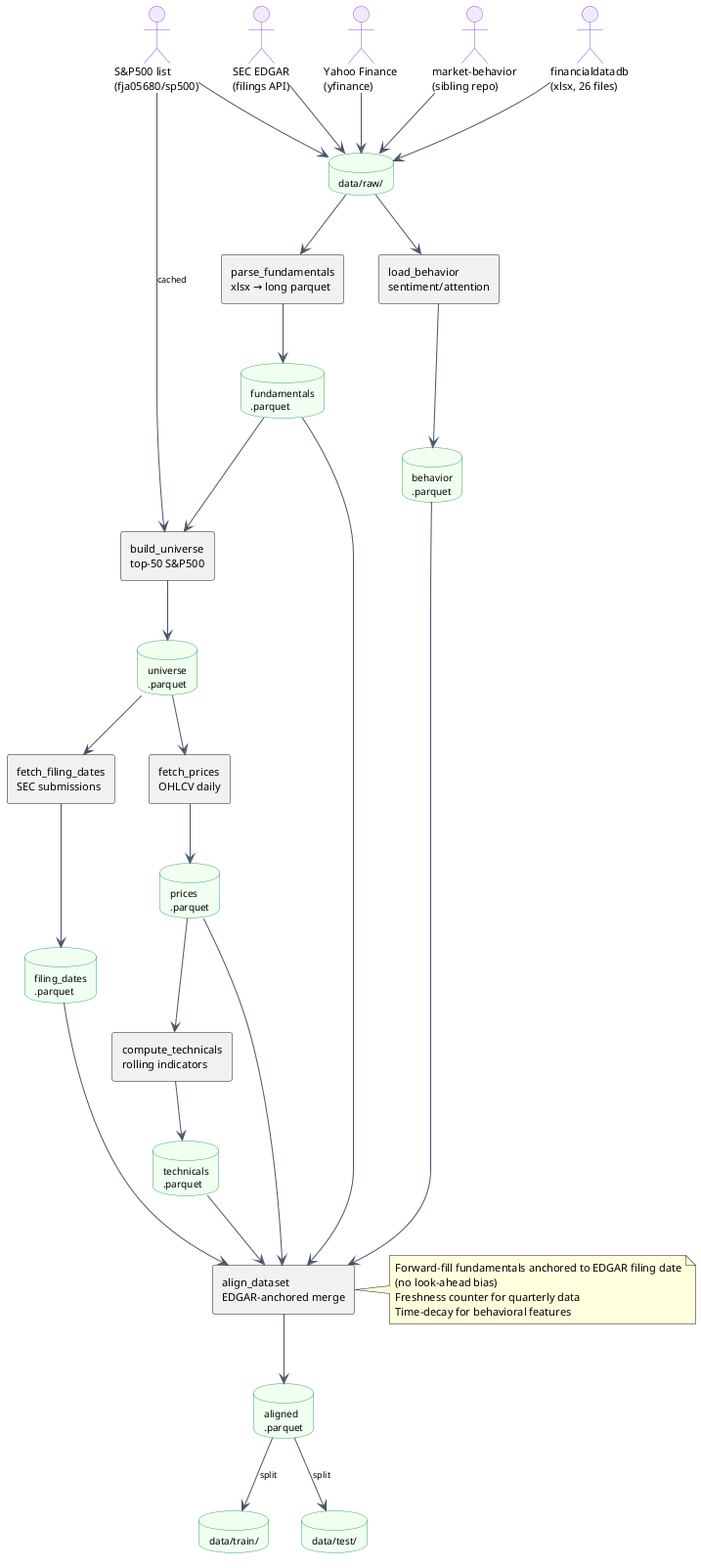
Before: docs/figures/data_flow.png, a diagram exported from PlantUML (life00/factor-weaver).
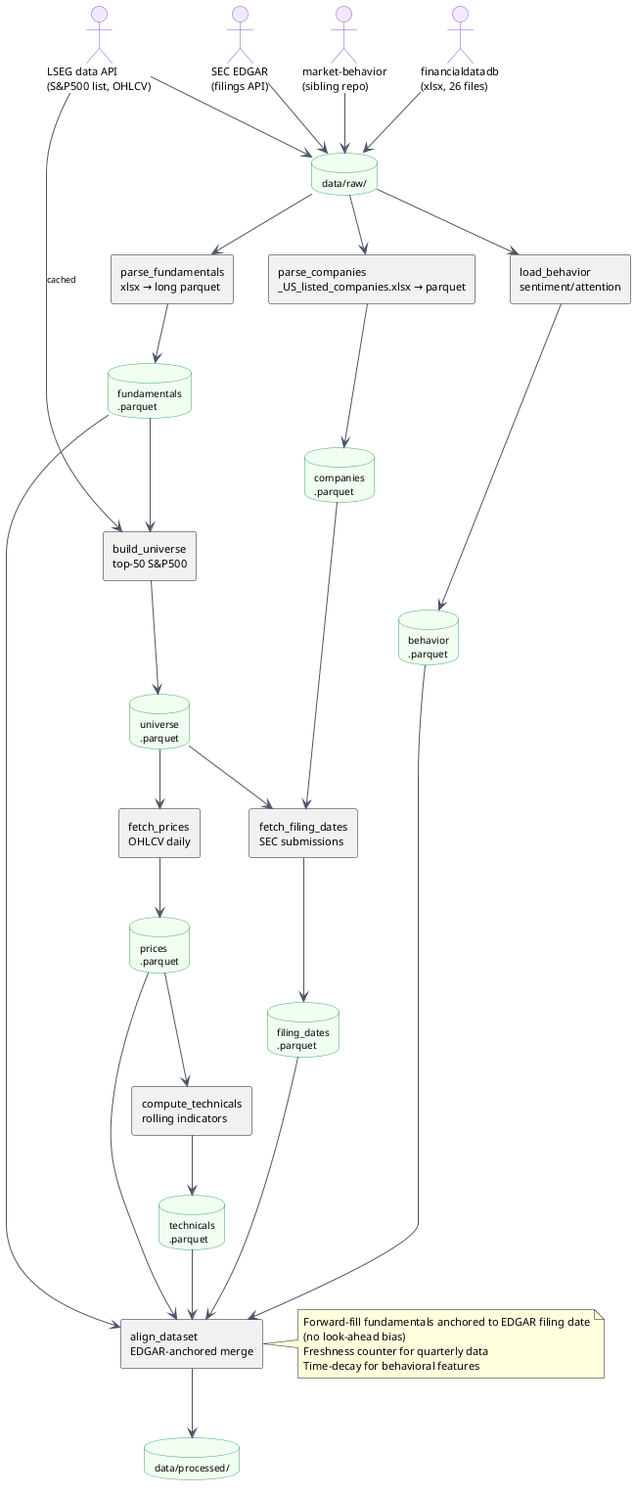
The same diagram one commit later.

Commit message:
docs: update data flow

The edit, as a diff of the source:
```diff
@@ -22,14 +22,14 @@
 }
 
 actor "financialdatadb\n(xlsx, 26 files)" as fdb
-actor "S&P500 list\n(fja05680/sp500)" as sp500
+actor "LSEG data API\n(S&P500 list, OHLCV)" as lseg
 actor "SEC EDGAR\n(filings API)" as edgar
-actor "Yahoo Finance\n(yfinance)" as yf
 actor "market-behavior\n(sibling repo)" as beh
 
 database "data/raw/" as raw
 
 rectangle "parse_fundamentals\nxlsx → long parquet" as parse_fundamentals
+rectangle "parse_companies\n_US_listed_companies.xlsx → parquet" as parse_companies
 rectangle "build_universe\ntop-50 S&P500" as build_universe
 rectangle "fetch_filing_dates\nSEC submissions" as fetch_filing_dates
 rectangle "fetch_prices\nOHLCV daily" as fetch_prices
@@ -38,29 +38,30 @@
 rectangle "align_dataset\nEDGAR-anchored merge" as align_dataset
 
 database "fundamentals\n.parquet" as fund_pq
+database "companies\n.parquet" as comp_pq
 database "universe\n.parquet" as univ_pq
 database "filing_dates\n.parquet" as fd_pq
 database "prices\n.parquet" as price_pq
 database "technicals\n.parquet" as tech_pq
 database "behavior\n.parquet" as beh_pq
-database "aligned\n.parquet" as align_pq
-
-database "data/train/" as train
-database "data/test/" as test
+database "data/processed/" as processed
 
 fdb --> raw
-sp500 --> raw
+lseg --> raw
 edgar --> raw
-yf --> raw
 beh --> raw
 
 raw --> parse_fundamentals
 parse_fundamentals --> fund_pq
 
+raw --> parse_companies
+parse_companies --> comp_pq
+
 fund_pq --> build_universe
-sp500 --> build_universe : cached
+lseg --> build_universe : cached
 build_universe --> univ_pq
 
+comp_pq --> fetch_filing_dates
 univ_pq --> fetch_filing_dates
 fetch_filing_dates --> fd_pq
 
@@ -78,10 +79,7 @@
 price_pq --> align_dataset
 tech_pq --> align_dataset
 beh_pq --> align_dataset
-align_dataset --> align_pq
-
-align_pq --> train : split
-align_pq --> test : split
+align_dataset --> processed
 
 note right of align_dataset
   Forward-fill fundamentals anchored to EDGAR filing date
```
